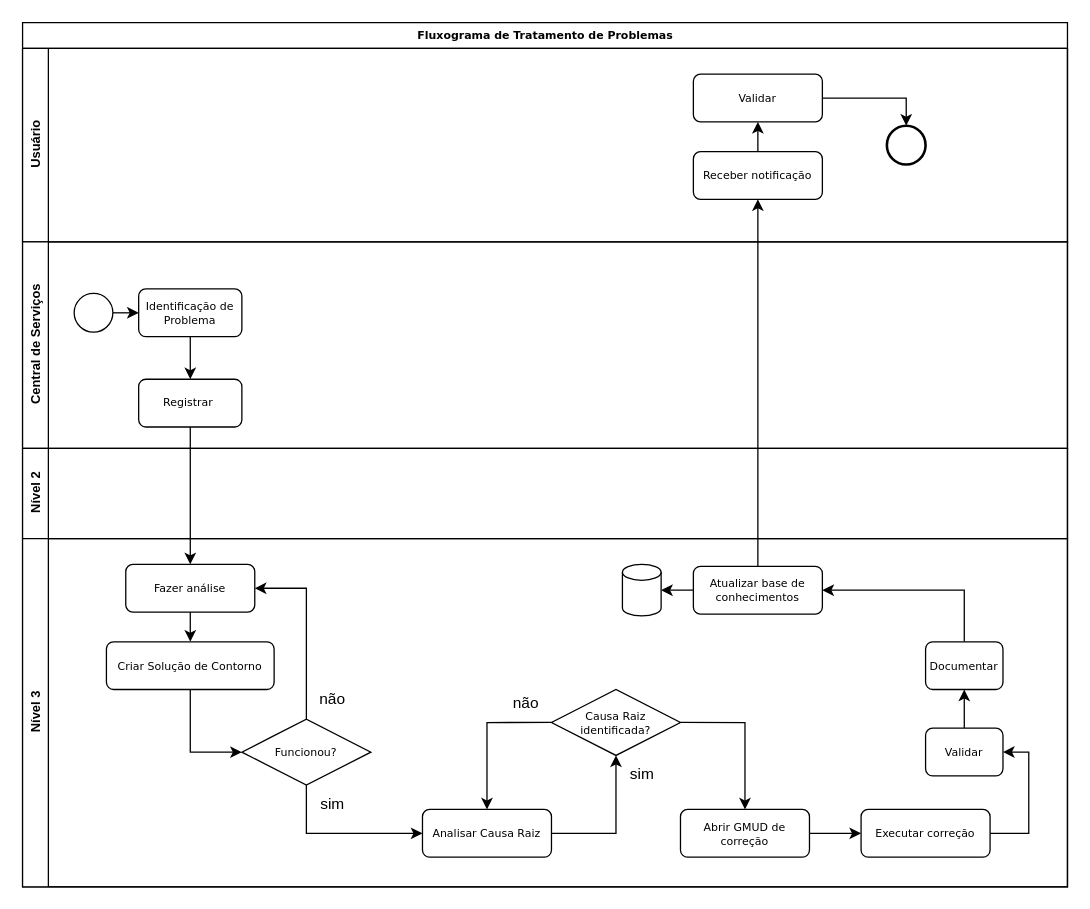
Above: page "Page-1" (1 of 2) of Sprint3/Documentação/TI/Fluxogramas/fluxograma-problema.drawio in Jv-Torelli/safe_Gas (draw.io), before the change. Source tidied: cells renumbered, new cells numbered last; positions are measured from the earlier drawing's top-left corner, leaving out a move shared by most shapes. Both pictures are drawn from the tidied source at 129%, with x=0, y=0 at pixel (22, 22).
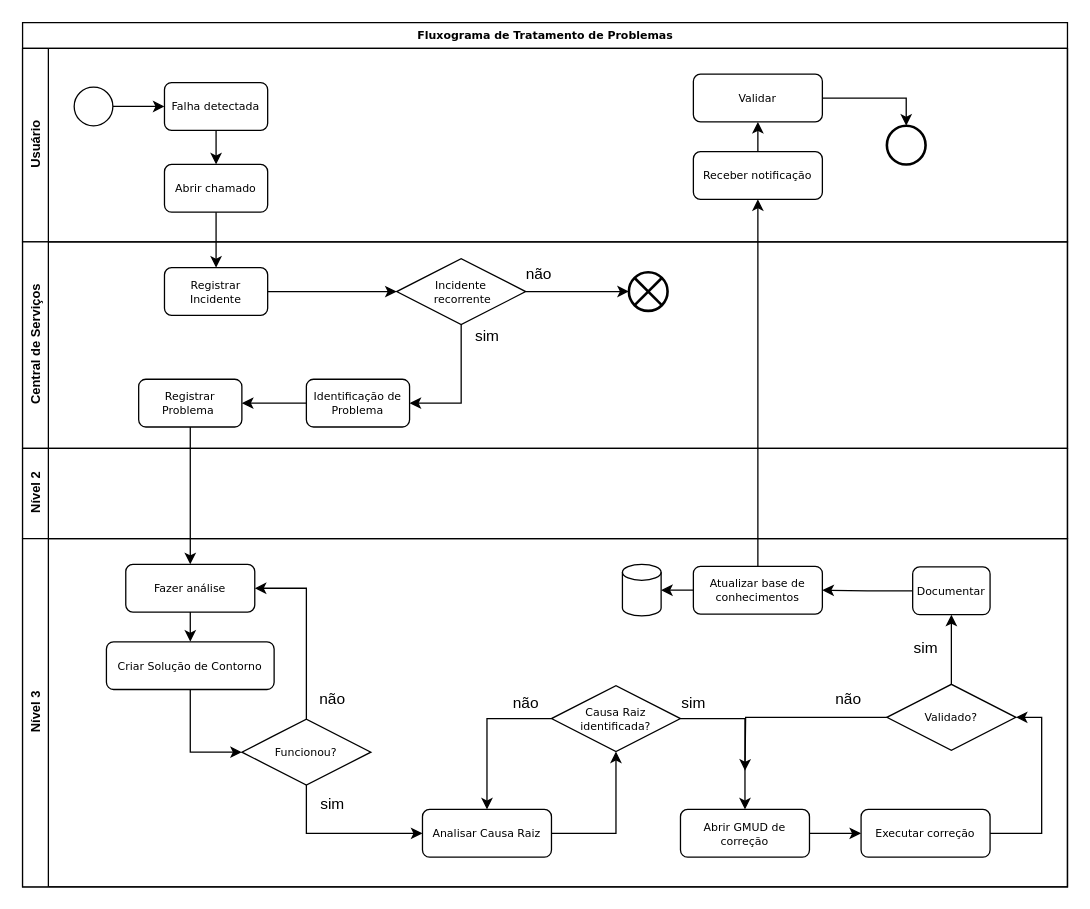
The same page after the edit.

Unchanged cells that the change refers to:
```xml
<mxCell id="2" value="&lt;font style=&quot;font-size: 8.5px;&quot;&gt;Fluxograma de Tratamento de Problemas&lt;/font&gt;" style="swimlane;html=1;horizontal=1;startSize=20;rounded=0;shadow=0;labelBackgroundColor=none;strokeWidth=1;fontFamily=Verdana;fontSize=8;align=center;" parent="1" vertex="1">
  <mxGeometry width="810" height="670" as="geometry" />
</mxCell>
<mxCell id="3" value="&lt;font style=&quot;font-size: 10px;&quot;&gt;Usuário&lt;/font&gt;" style="swimlane;html=1;startSize=20;horizontal=0;" parent="2" vertex="1">
  <mxGeometry y="20" width="810" height="150" as="geometry" />
</mxCell>
<mxCell id="9" value="&lt;span style=&quot;font-size: 10px;&quot;&gt;Central de Serviços&lt;/span&gt;" style="swimlane;html=1;startSize=20;horizontal=0;" parent="2" vertex="1">
  <mxGeometry y="170" width="810" height="160" as="geometry" />
</mxCell>
<mxCell id="16" value="&lt;font style=&quot;font-size: 10px;&quot;&gt;Nível 3&lt;/font&gt;" style="swimlane;html=1;startSize=20;horizontal=0;" parent="15" vertex="1">
  <mxGeometry y="70" width="810" height="270" as="geometry" />
</mxCell>
<mxCell id="33" value="&lt;font style=&quot;font-size: 8.5px;&quot;&gt;Atualizar base de conhecimentos&lt;/font&gt;" style="rounded=1;whiteSpace=wrap;html=1;shadow=0;labelBackgroundColor=none;strokeWidth=1;fontFamily=Verdana;fontSize=8;align=center;" parent="16" vertex="1">
  <mxGeometry x="520" y="21.5" width="100" height="37" as="geometry" />
</mxCell>
<mxCell id="43" value="&lt;span style=&quot;font-size: 8.5px;&quot;&gt;Executar correção&lt;/span&gt;" style="rounded=1;whiteSpace=wrap;html=1;shadow=0;labelBackgroundColor=none;strokeWidth=1;fontFamily=Verdana;fontSize=8;align=center;" parent="16" vertex="1">
  <mxGeometry x="650" y="210" width="100" height="37" as="geometry" />
</mxCell>
```

Change to the diagram source:
```diff
@@
+    <mxCell id="46" style="edgeStyle=orthogonalEdgeStyle;rounded=0;jettySize=auto;html=1;exitX=1;exitY=0.5;exitDx=0;exitDy=0;entryX=0;entryY=0.5;entryDx=0;entryDy=0;" parent="3" edge="1" source="11" target="48">
+      <mxGeometry relative="1" as="geometry" />
+    </mxCell>
+    <mxCell id="11" style="ellipse;whiteSpace=wrap;html=1;rounded=0;shadow=0;labelBackgroundColor=none;strokeWidth=1;fontFamily=Verdana;fontSize=8;align=center;" parent="3" vertex="1">
+      <mxGeometry x="40" y="30" width="30" height="30" as="geometry" />
+    </mxCell>
+    <mxCell id="47" style="edgeStyle=orthogonalEdgeStyle;rounded=0;jettySize=auto;html=1;" parent="3" edge="1" source="48" target="49">
+      <mxGeometry relative="1" as="geometry" />
+    </mxCell>
+    <mxCell id="48" value="&lt;font style=&quot;font-size: 8.5px;&quot;&gt;Falha detectada&lt;/font&gt;" style="rounded=1;whiteSpace=wrap;html=1;shadow=0;labelBackgroundColor=none;strokeWidth=1;fontFamily=Verdana;fontSize=9;align=center;" parent="3" vertex="1">
+      <mxGeometry x="110" y="26.5" width="80" height="37" as="geometry" />
+    </mxCell>
+    <mxCell id="49" value="&lt;font style=&quot;font-size: 8.5px;&quot;&gt;Abrir chamado&lt;/font&gt;" style="rounded=1;whiteSpace=wrap;html=1;shadow=0;labelBackgroundColor=none;strokeWidth=1;fontFamily=Verdana;fontSize=9;align=center;" parent="3" vertex="1">
+      <mxGeometry x="110" y="90" width="80" height="37" as="geometry" />
+    </mxCell>
@@
-    <mxCell id="10" style="edgeStyle=orthogonalEdgeStyle;rounded=0;jettySize=auto;html=1;exitX=1;exitY=0.5;exitDx=0;exitDy=0;entryX=0;entryY=0.5;entryDx=0;entryDy=0;" parent="9" edge="1" source="11" target="13">
-      <mxGeometry relative="1" as="geometry" />
-    </mxCell>
-    <mxCell id="11" style="ellipse;whiteSpace=wrap;html=1;rounded=0;shadow=0;labelBackgroundColor=none;strokeWidth=1;fontFamily=Verdana;fontSize=8;align=center;" parent="9" vertex="1">
-      <mxGeometry x="40" y="40" width="30" height="30" as="geometry" />
-    </mxCell>
@@
     <mxCell id="13" value="&lt;font style=&quot;font-size: 8.5px;&quot;&gt;Identificação de Problema&lt;/font&gt;" style="rounded=1;whiteSpace=wrap;html=1;shadow=0;labelBackgroundColor=none;strokeWidth=1;fontFamily=Verdana;fontSize=9;align=center;" parent="9" vertex="1">
-      <mxGeometry x="90" y="36.5" width="80" height="37" as="geometry" />
+      <mxGeometry x="220" y="106.5" width="80" height="37" as="geometry" />
     </mxCell>
-    <mxCell id="14" value="&lt;font style=&quot;font-size: 8.5px;&quot;&gt;Registrar&amp;nbsp;&lt;/font&gt;" style="rounded=1;whiteSpace=wrap;html=1;shadow=0;labelBackgroundColor=none;strokeWidth=1;fontFamily=Verdana;fontSize=9;align=center;" parent="9" vertex="1">
+    <mxCell id="14" value="&lt;font style=&quot;font-size: 8.5px;&quot;&gt;Registrar&lt;/font&gt;&lt;div&gt;&lt;font style=&quot;font-size: 8.5px;&quot;&gt;Problema&amp;nbsp;&lt;/font&gt;&lt;/div&gt;" style="rounded=1;whiteSpace=wrap;html=1;shadow=0;labelBackgroundColor=none;strokeWidth=1;fontFamily=Verdana;fontSize=9;align=center;" parent="9" vertex="1">
       <mxGeometry x="90" y="106.5" width="80" height="37" as="geometry" />
     </mxCell>
+    <mxCell id="50" style="edgeStyle=orthogonalEdgeStyle;rounded=0;jettySize=auto;html=1;exitX=1;exitY=0.5;exitDx=0;exitDy=0;entryX=0;entryY=0.5;entryDx=0;entryDy=0;" parent="9" edge="1" source="51" target="53">
+      <mxGeometry relative="1" as="geometry" />
+    </mxCell>
+    <mxCell id="51" value="&lt;font style=&quot;font-size: 8.5px;&quot;&gt;Registrar Incidente&lt;/font&gt;" style="rounded=1;whiteSpace=wrap;html=1;shadow=0;labelBackgroundColor=none;strokeWidth=1;fontFamily=Verdana;fontSize=9;align=center;" parent="9" vertex="1">
+      <mxGeometry x="110" y="20" width="80" height="37" as="geometry" />
+    </mxCell>
+    <mxCell id="52" style="edgeStyle=orthogonalEdgeStyle;rounded=0;jettySize=auto;html=1;exitX=0.5;exitY=1;exitDx=0;exitDy=0;entryX=1;entryY=0.5;entryDx=0;entryDy=0;" parent="9" edge="1" source="53" target="13">
+      <mxGeometry relative="1" as="geometry" />
+    </mxCell>
+    <mxCell id="53" value="&lt;span style=&quot;font-size: 8.5px;&quot;&gt;Incidente&lt;/span&gt;&lt;div&gt;&lt;span style=&quot;font-size: 8.5px;&quot;&gt;&amp;nbsp;recorrente&lt;/span&gt;&lt;/div&gt;" style="rhombus;whiteSpace=wrap;html=1;fontSize=8;fontFamily=Verdana;rounded=1;shadow=0;labelBackgroundColor=none;strokeWidth=1;arcSize=0;" parent="9" vertex="1">
+      <mxGeometry x="290" y="13" width="100" height="51.1" as="geometry" />
+    </mxCell>
+    <mxCell id="54" style="verticalLabelPosition=bottom;verticalAlign=top;html=1;shape=mxgraph.flowchart.or;strokeWidth=2;" parent="9" vertex="1">
+      <mxGeometry x="470" y="23.5" width="30" height="30" as="geometry" />
+    </mxCell>
+    <mxCell id="55" style="edgeStyle=orthogonalEdgeStyle;rounded=0;jettySize=auto;html=1;exitX=1;exitY=0.5;exitDx=0;exitDy=0;entryX=0;entryY=0.5;entryDx=0;entryDy=0;entryPerimeter=0;" parent="9" edge="1" source="53" target="54">
+      <mxGeometry relative="1" as="geometry" />
+    </mxCell>
+    <mxCell id="56" value="não" style="text;html=1;align=center;verticalAlign=middle;strokeColor=none;fillColor=none;" parent="9" vertex="1">
+      <mxGeometry x="380" y="10" width="40" height="30" as="geometry" />
+    </mxCell>
@@
-    <mxCell id="28" style="edgeStyle=orthogonalEdgeStyle;rounded=0;jettySize=auto;html=1;" parent="16" edge="1" source="29" target="31">
-      <mxGeometry relative="1" as="geometry" />
-    </mxCell>
-    <mxCell id="29" value="&lt;font style=&quot;font-size: 8.5px;&quot;&gt;Validar&lt;/font&gt;" style="rounded=1;whiteSpace=wrap;html=1;shadow=0;labelBackgroundColor=none;strokeWidth=1;fontFamily=Verdana;fontSize=8;align=center;" parent="16" vertex="1">
-      <mxGeometry x="700" y="147" width="60" height="37" as="geometry" />
-    </mxCell>
-    <mxCell id="30" style="edgeStyle=orthogonalEdgeStyle;rounded=0;jettySize=auto;html=1;exitX=0.5;exitY=0;exitDx=0;exitDy=0;entryX=1;entryY=0.5;entryDx=0;entryDy=0;" parent="16" edge="1" source="31" target="33">
+    <mxCell id="30" style="edgeStyle=orthogonalEdgeStyle;rounded=0;jettySize=auto;html=1;exitX=0;exitY=0.5;exitDx=0;exitDy=0;entryX=1;entryY=0.5;entryDx=0;entryDy=0;" parent="16" edge="1" source="31" target="33">
       <mxGeometry relative="1" as="geometry" />
     </mxCell>
     <mxCell id="31" value="&lt;font style=&quot;font-size: 8.5px;&quot;&gt;Documentar&lt;/font&gt;" style="rounded=1;whiteSpace=wrap;html=1;shadow=0;labelBackgroundColor=none;strokeWidth=1;fontFamily=Verdana;fontSize=8;align=center;" parent="16" vertex="1">
-      <mxGeometry x="700" y="80" width="60" height="37" as="geometry" />
+      <mxGeometry x="690" y="22" width="60" height="37" as="geometry" />
     </mxCell>
@@
     <mxCell id="37" value="&lt;span style=&quot;font-size: 8.5px;&quot;&gt;Causa Raiz identificada?&lt;/span&gt;" style="rhombus;whiteSpace=wrap;html=1;fontSize=8;fontFamily=Verdana;rounded=1;shadow=0;labelBackgroundColor=none;strokeWidth=1;arcSize=0;" parent="16" vertex="1">
-      <mxGeometry x="410" y="117" width="100" height="51.1" as="geometry" />
+      <mxGeometry x="410" y="114" width="100" height="51.1" as="geometry" />
     </mxCell>
@@
     <mxCell id="39" value="sim" style="text;html=1;align=center;verticalAlign=middle;strokeColor=none;fillColor=none;" parent="16" vertex="1">
-      <mxGeometry x="460" y="168.1" width="40" height="30" as="geometry" />
+      <mxGeometry x="500" y="113" width="40" height="30" as="geometry" />
     </mxCell>
@@
-    <mxCell id="42" style="edgeStyle=orthogonalEdgeStyle;rounded=0;jettySize=auto;html=1;exitX=1;exitY=0.5;exitDx=0;exitDy=0;entryX=1;entryY=0.5;entryDx=0;entryDy=0;" parent="16" edge="1" source="43" target="29">
-      <mxGeometry relative="1" as="geometry" />
-    </mxCell>
+    <mxCell id="57" style="edgeStyle=orthogonalEdgeStyle;rounded=0;jettySize=auto;html=1;exitX=1;exitY=0.5;exitDx=0;exitDy=0;entryX=1;entryY=0.5;entryDx=0;entryDy=0;" parent="16" edge="1" source="43" target="60">
+      <mxGeometry relative="1" as="geometry" />
+    </mxCell>
@@
+    <mxCell id="58" style="edgeStyle=orthogonalEdgeStyle;rounded=0;jettySize=auto;html=1;exitX=0;exitY=0.5;exitDx=0;exitDy=0;" parent="16" edge="1" source="60">
+      <mxGeometry relative="1" as="geometry">
+        <mxPoint x="560" y="180" as="targetPoint" />
+      </mxGeometry>
+    </mxCell>
+    <mxCell id="59" style="edgeStyle=orthogonalEdgeStyle;rounded=0;jettySize=auto;html=1;exitX=0.5;exitY=0;exitDx=0;exitDy=0;entryX=0.5;entryY=1;entryDx=0;entryDy=0;" parent="16" edge="1" source="60" target="31">
+      <mxGeometry relative="1" as="geometry" />
+    </mxCell>
+    <mxCell id="60" value="&lt;span style=&quot;font-size: 8.5px;&quot;&gt;Validado?&lt;/span&gt;" style="rhombus;whiteSpace=wrap;html=1;fontSize=8;fontFamily=Verdana;rounded=1;shadow=0;labelBackgroundColor=none;strokeWidth=1;arcSize=0;" parent="16" vertex="1">
+      <mxGeometry x="670" y="113" width="100" height="51.1" as="geometry" />
+    </mxCell>
+    <mxCell id="61" value="sim" style="text;html=1;align=center;verticalAlign=middle;strokeColor=none;fillColor=none;" parent="16" vertex="1">
+      <mxGeometry x="680" y="70" width="40" height="30" as="geometry" />
+    </mxCell>
+    <mxCell id="62" value="não" style="text;html=1;align=center;verticalAlign=middle;strokeColor=none;fillColor=none;" parent="16" vertex="1">
+      <mxGeometry x="620" y="110" width="40" height="30" as="geometry" />
+    </mxCell>
@@
+    <mxCell id="63" style="edgeStyle=orthogonalEdgeStyle;rounded=0;jettySize=auto;html=1;" parent="2" edge="1" source="49" target="51">
+      <mxGeometry relative="1" as="geometry" />
+    </mxCell>
+    <mxCell id="64" value="sim" style="text;html=1;align=center;verticalAlign=middle;strokeColor=none;fillColor=none;" parent="1" vertex="1">
+      <mxGeometry x="340" y="228" width="40" height="30" as="geometry" />
+    </mxCell>
```
